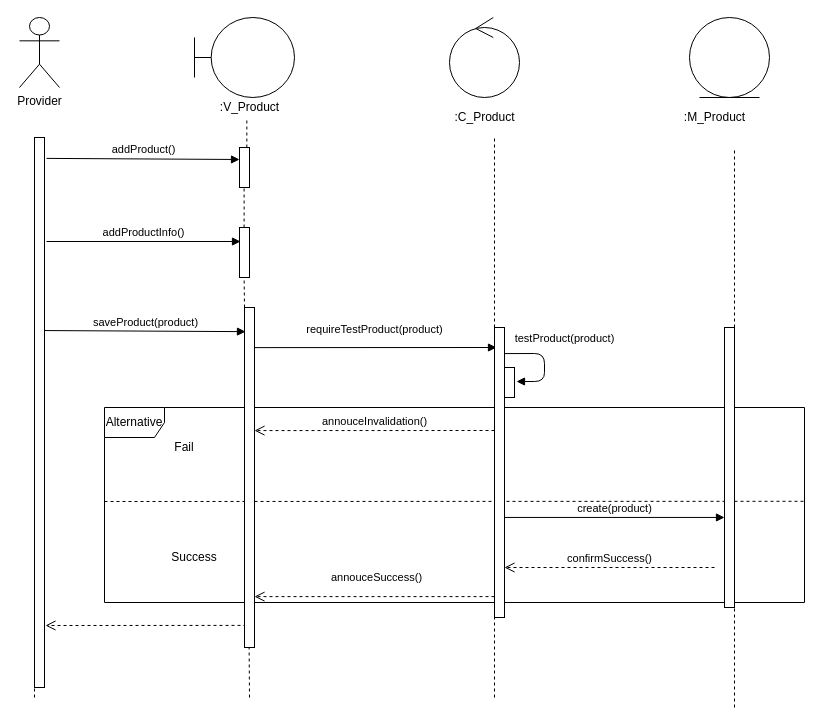
Earlier version of the draw.io diagram Sequence/ThemSanPhamSequence.drawio (hoangminh15/PTTKHT). Source tidied: cells renumbered, new cells numbered last; positions are measured from the earlier drawing's top-left corner, leaving out a move shared by most shapes. Both pictures are drawn from the tidied source at 100%, with x=0, y=0 at pixel (19, 17).
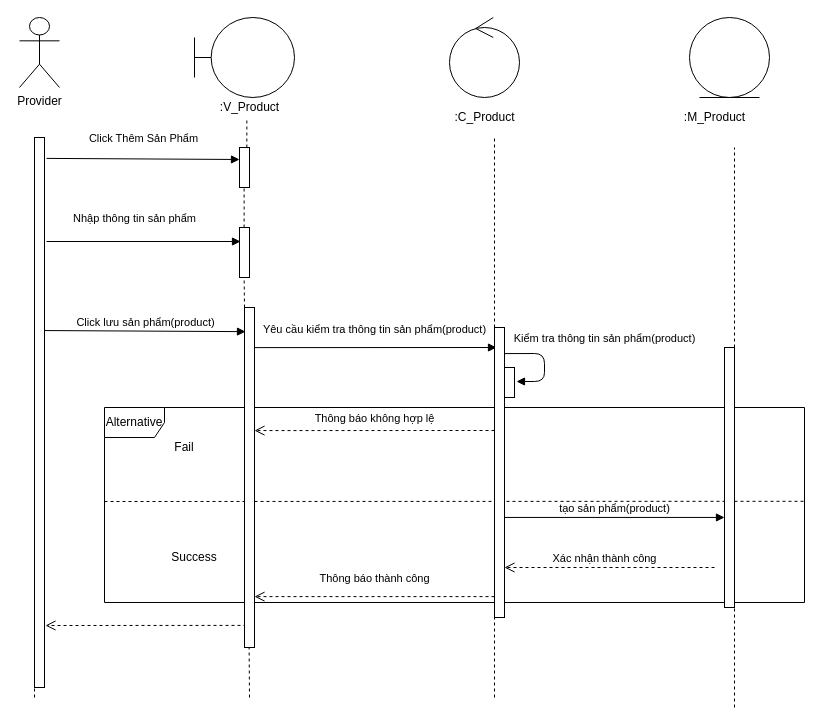
The same page after the edit.

Commit message (it also covers changes not shown here):
Sua sequence Cuong

The change refers to these unchanged cells:
```xml
<mxCell id="16" style="html=1;points=[];perimeter=orthogonalPerimeter;" parent="1" vertex="1">
  <mxGeometry x="15" y="120" width="10" height="550" as="geometry" />
</mxCell>
<mxCell id="21" style="html=1;points=[];perimeter=orthogonalPerimeter;" parent="1" vertex="1">
  <mxGeometry x="220" y="210" width="10" height="50" as="geometry" />
</mxCell>
<mxCell id="23" style="html=1;points=[];perimeter=orthogonalPerimeter;" parent="1" vertex="1">
  <mxGeometry x="225" y="290" width="10" height="340" as="geometry" />
</mxCell>
<mxCell id="27" style="html=1;points=[];perimeter=orthogonalPerimeter;" parent="1" vertex="1">
  <mxGeometry x="475" y="310" width="10" height="290" as="geometry" />
</mxCell>
<mxCell id="33" style="html=1;points=[];perimeter=orthogonalPerimeter;" parent="1" vertex="1">
  <mxGeometry x="220" y="130" width="10" height="40" as="geometry" />
</mxCell>
<mxCell id="37" style="html=1;points=[];perimeter=orthogonalPerimeter;" parent="1" vertex="1">
  <mxGeometry x="485" y="350" width="10" height="30" as="geometry" />
</mxCell>
```

Change to the diagram source:
```diff
@@
-    <mxCell id="2" value="addProductInfo()" style="html=1;verticalAlign=bottom;endArrow=block;entryX=0.1;entryY=0.28;entryDx=0;entryDy=0;entryPerimeter=0;" parent="1" edge="1" target="21">
-      <mxGeometry relative="1" as="geometry">
+    <mxCell id="2" value="Nhập thông tin sản phẩm" style="html=1;verticalAlign=bottom;endArrow=block;entryX=0.1;entryY=0.28;entryDx=0;entryDy=0;entryPerimeter=0;" parent="1" edge="1" target="21">
+      <mxGeometry x="-0.09" y="14" relative="1" as="geometry">
         <mxPoint x="27" y="224" as="sourcePoint" />
       </mxGeometry>
     </mxCell>
-    <mxCell id="3" value="requireTestProduct(product)" style="html=1;verticalAlign=bottom;endArrow=block;exitX=1;exitY=0.118;exitDx=0;exitDy=0;exitPerimeter=0;entryX=0.2;entryY=0.069;entryDx=0;entryDy=0;entryPerimeter=0;" parent="1" edge="1" source="23" target="27">
+    <mxCell id="3" value="Yêu cầu kiểm tra thông tin sản phẩm(product)" style="html=1;verticalAlign=bottom;endArrow=block;exitX=1;exitY=0.118;exitDx=0;exitDy=0;exitPerimeter=0;entryX=0.2;entryY=0.069;entryDx=0;entryDy=0;entryPerimeter=0;" parent="1" edge="1" source="23" target="27">
       <mxGeometry x="-0.01" y="9" relative="1" as="geometry" />
     </mxCell>
-    <mxCell id="4" value="create(product)" style="html=1;verticalAlign=bottom;endArrow=block;exitX=1;exitY=0.655;exitDx=0;exitDy=0;exitPerimeter=0;" parent="1" edge="1" source="27" target="30">
+    <mxCell id="4" value="tạo sản phẩm(product)" style="html=1;verticalAlign=bottom;endArrow=block;exitX=1;exitY=0.655;exitDx=0;exitDy=0;exitPerimeter=0;" parent="1" edge="1" source="27" target="30">
       <mxGeometry relative="1" as="geometry" />
     </mxCell>
@@
-    <mxCell id="6" value="annouceSuccess()" style="html=1;verticalAlign=bottom;endArrow=open;dashed=1;endSize=8;exitX=0;exitY=0.928;exitDx=0;exitDy=0;exitPerimeter=0;" parent="1" edge="1" source="27" target="23">
-      <mxGeometry x="-0.02" y="-10" relative="1" as="geometry" />
+    <mxCell id="6" value="Thông báo thành công" style="html=1;verticalAlign=bottom;endArrow=open;dashed=1;endSize=8;exitX=0;exitY=0.928;exitDx=0;exitDy=0;exitPerimeter=0;" parent="1" edge="1" source="27" target="23">
+      <mxGeometry y="-9" relative="1" as="geometry" />
     </mxCell>
@@
-    <mxCell id="8" value="annouceInvalidation()" style="html=1;verticalAlign=bottom;endArrow=open;dashed=1;endSize=8;entryX=1;entryY=0.362;entryDx=0;entryDy=0;entryPerimeter=0;" parent="1" edge="1" target="23">
-      <mxGeometry relative="1" as="geometry">
+    <mxCell id="8" value="Thông báo không hợp lệ" style="html=1;verticalAlign=bottom;endArrow=open;dashed=1;endSize=8;entryX=1;entryY=0.362;entryDx=0;entryDy=0;entryPerimeter=0;" parent="1" edge="1" target="23">
+      <mxGeometry y="-3" relative="1" as="geometry">
         <mxPoint x="475" y="413" as="sourcePoint" />
       </mxGeometry>
     </mxCell>
@@
     <mxCell id="30" style="html=1;points=[];perimeter=orthogonalPerimeter;" parent="1" vertex="1">
-      <mxGeometry x="705" y="310" width="10" height="280" as="geometry" />
+      <mxGeometry x="705" y="330" width="10" height="260" as="geometry" />
     </mxCell>
@@
-    <mxCell id="32" value="confirmSuccess()" style="html=1;verticalAlign=bottom;endArrow=open;dashed=1;endSize=8;" parent="1" edge="1" target="27">
-      <mxGeometry relative="1" as="geometry">
+    <mxCell id="32" value="Xác nhận thành công" style="html=1;verticalAlign=bottom;endArrow=open;dashed=1;endSize=8;" parent="1" edge="1" target="27">
+      <mxGeometry x="0.05" relative="1" as="geometry">
         <mxPoint x="695" y="550" as="sourcePoint" />
       </mxGeometry>
     </mxCell>
@@
-    <mxCell id="35" value="addProduct()" style="html=1;verticalAlign=bottom;endArrow=block;exitX=1.2;exitY=0.038;exitDx=0;exitDy=0;exitPerimeter=0;entryX=0;entryY=0.3;entryDx=0;entryDy=0;entryPerimeter=0;" parent="1" edge="1" source="16" target="33">
-      <mxGeometry relative="1" as="geometry" />
+    <mxCell id="35" value="Click Thêm Sản Phẩm" style="html=1;verticalAlign=bottom;endArrow=block;exitX=1.2;exitY=0.038;exitDx=0;exitDy=0;exitPerimeter=0;entryX=0;entryY=0.3;entryDx=0;entryDy=0;entryPerimeter=0;" parent="1" edge="1" source="16" target="33">
+      <mxGeometry x="0.01" y="11" relative="1" as="geometry" />
     </mxCell>
-    <mxCell id="36" value="saveProduct(product)" style="html=1;verticalAlign=bottom;endArrow=block;exitX=1;exitY=0.351;exitDx=0;exitDy=0;exitPerimeter=0;entryX=0.1;entryY=0.071;entryDx=0;entryDy=0;entryPerimeter=0;" parent="1" edge="1" source="16" target="23">
+    <mxCell id="36" value="Click lưu sản phẩm(product)" style="html=1;verticalAlign=bottom;endArrow=block;exitX=1;exitY=0.351;exitDx=0;exitDy=0;exitPerimeter=0;entryX=0.1;entryY=0.071;entryDx=0;entryDy=0;entryPerimeter=0;" parent="1" edge="1" source="16" target="23">
       <mxGeometry relative="1" as="geometry" />
     </mxCell>
@@
-    <mxCell id="38" value="testProduct(product)" style="html=1;verticalAlign=bottom;endArrow=block;exitX=1;exitY=0.09;exitDx=0;exitDy=0;exitPerimeter=0;entryX=1.2;entryY=0.467;entryDx=0;entryDy=0;entryPerimeter=0;" parent="1" edge="1" source="27" target="37">
-      <mxGeometry x="-0.17" y="21" relative="1" as="geometry">
+    <mxCell id="38" value="Kiểm tra thông tin sản phẩm(product)" style="html=1;verticalAlign=bottom;endArrow=block;exitX=1;exitY=0.09;exitDx=0;exitDy=0;exitPerimeter=0;entryX=1.2;entryY=0.467;entryDx=0;entryDy=0;entryPerimeter=0;" parent="1" edge="1" source="27" target="37">
+      <mxGeometry x="-0.17" y="60" relative="1" as="geometry">
         <Array as="points">
           <mxPoint x="525" y="336" />
           <mxPoint x="525" y="364" />
         </Array>
-        <mxPoint x="-1" y="-6" as="offset" />
+        <mxPoint y="-6" as="offset" />
       </mxGeometry>
     </mxCell>
```
